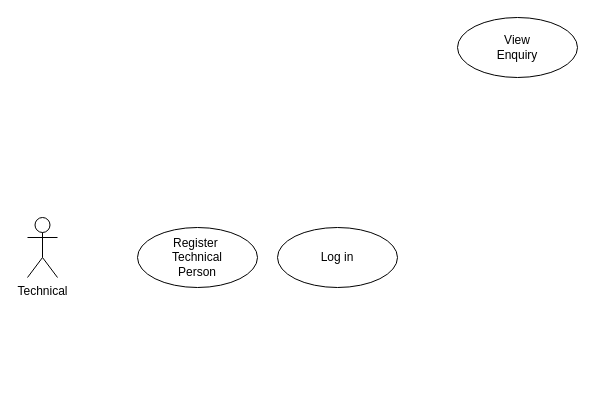
PG-Dac-Project/PG-DAC-Project keeps this draw.io diagram as Technical_person.drawio. Above is the earlier version. Source tidied: cells renumbered, new cells numbered last; positions are measured from the earlier drawing's top-left corner, leaving out a move shared by most shapes. Both pictures are drawn from the tidied source at 100%, with x=0, y=0 at pixel (27, 17).
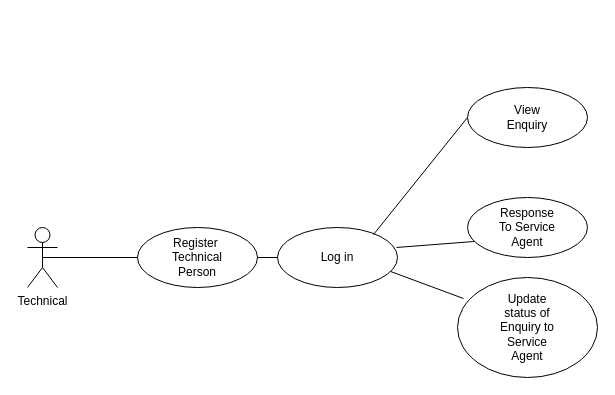
After the change.

What changed in the source:
```diff
@@
 <mxGraphModel>
   <root>
     <mxCell id="0" />
     <mxCell id="1" parent="0" />
     <mxCell id="2" value="Technical" style="shape=umlActor;verticalLabelPosition=bottom;verticalAlign=top;html=1;outlineConnect=0;" parent="1" vertex="1">
-      <mxGeometry y="200" width="30" height="60" as="geometry" />
+      <mxGeometry y="210" width="30" height="60" as="geometry" />
     </mxCell>
     <mxCell id="3" style="ellipse;whiteSpace=wrap;html=1;" parent="1" vertex="1">
       <mxGeometry x="110" y="210" width="120" height="60" as="geometry" />
     </mxCell>
     <mxCell id="4" value="Register&amp;nbsp;&lt;br&gt;Technical Person" style="text;html=1;strokeColor=none;fillColor=none;align=center;verticalAlign=middle;whiteSpace=wrap;rounded=0;" parent="1" vertex="1">
       <mxGeometry x="140" y="225" width="60" height="30" as="geometry" />
     </mxCell>
     <mxCell id="5" style="ellipse;whiteSpace=wrap;html=1;" parent="1" vertex="1">
       <mxGeometry x="250" y="210" width="120" height="60" as="geometry" />
     </mxCell>
     <mxCell id="6" value="Log in" style="text;html=1;strokeColor=none;fillColor=none;align=center;verticalAlign=middle;whiteSpace=wrap;rounded=0;" parent="1" vertex="1">
       <mxGeometry x="280" y="225" width="60" height="30" as="geometry" />
     </mxCell>
     <mxCell id="7" style="ellipse;whiteSpace=wrap;html=1;" parent="1" vertex="1">
-      <mxGeometry x="430" width="120" height="60" as="geometry" />
+      <mxGeometry x="440" y="70" width="120" height="60" as="geometry" />
     </mxCell>
     <mxCell id="8" value="View Enquiry" style="text;html=1;strokeColor=none;fillColor=none;align=center;verticalAlign=middle;whiteSpace=wrap;rounded=0;" parent="1" vertex="1">
-      <mxGeometry x="460" y="15" width="60" height="30" as="geometry" />
+      <mxGeometry x="470" y="85" width="60" height="30" as="geometry" />
     </mxCell>
+    <mxCell id="9" style="ellipse;whiteSpace=wrap;html=1;" parent="1" vertex="1">
+      <mxGeometry x="440" y="180" width="120" height="60" as="geometry" />
+    </mxCell>
+    <mxCell id="10" value="Response To Service Agent" style="text;html=1;strokeColor=none;fillColor=none;align=center;verticalAlign=middle;whiteSpace=wrap;rounded=0;" parent="1" vertex="1">
+      <mxGeometry x="470" y="195" width="60" height="30" as="geometry" />
+    </mxCell>
+    <mxCell id="11" style="ellipse;whiteSpace=wrap;html=1;" parent="1" vertex="1">
+      <mxGeometry x="430" y="260" width="140" height="100" as="geometry" />
+    </mxCell>
+    <mxCell id="12" value="Update status of Enquiry to Service Agent" style="text;html=1;strokeColor=none;fillColor=none;align=center;verticalAlign=middle;whiteSpace=wrap;rounded=0;" parent="1" vertex="1">
+      <mxGeometry x="470" y="295" width="60" height="30" as="geometry" />
+    </mxCell>
+    <mxCell id="13" style="endArrow=none;html=1;rounded=0;exitX=0.5;exitY=0.5;exitDx=0;exitDy=0;exitPerimeter=0;entryX=0;entryY=0.5;entryDx=0;entryDy=0;" parent="1" edge="1" source="2" target="3">
+      <mxGeometry relative="1" as="geometry" />
+    </mxCell>
+    <mxCell id="14" style="endArrow=none;html=1;rounded=0;exitX=1;exitY=0.5;exitDx=0;exitDy=0;entryX=0;entryY=0.5;entryDx=0;entryDy=0;" parent="1" edge="1" source="3" target="5">
+      <mxGeometry relative="1" as="geometry" />
+    </mxCell>
+    <mxCell id="15" style="endArrow=none;html=1;rounded=0;entryX=0;entryY=0.5;entryDx=0;entryDy=0;exitX=0.8;exitY=0.117;exitDx=0;exitDy=0;exitPerimeter=0;" parent="1" edge="1" source="5" target="7">
+      <mxGeometry relative="1" as="geometry" />
+    </mxCell>
+    <mxCell id="16" style="endArrow=none;html=1;rounded=0;entryX=0.058;entryY=0.733;entryDx=0;entryDy=0;entryPerimeter=0;exitX=0.992;exitY=0.333;exitDx=0;exitDy=0;exitPerimeter=0;" parent="1" edge="1" source="5" target="9">
+      <mxGeometry relative="1" as="geometry" />
+    </mxCell>
+    <mxCell id="17" style="endArrow=none;html=1;rounded=0;entryX=0.043;entryY=0.21;entryDx=0;entryDy=0;entryPerimeter=0;exitX=0.942;exitY=0.733;exitDx=0;exitDy=0;exitPerimeter=0;" parent="1" edge="1" source="5" target="11">
+      <mxGeometry relative="1" as="geometry" />
+    </mxCell>
   </root>
 </mxGraphModel>
```
